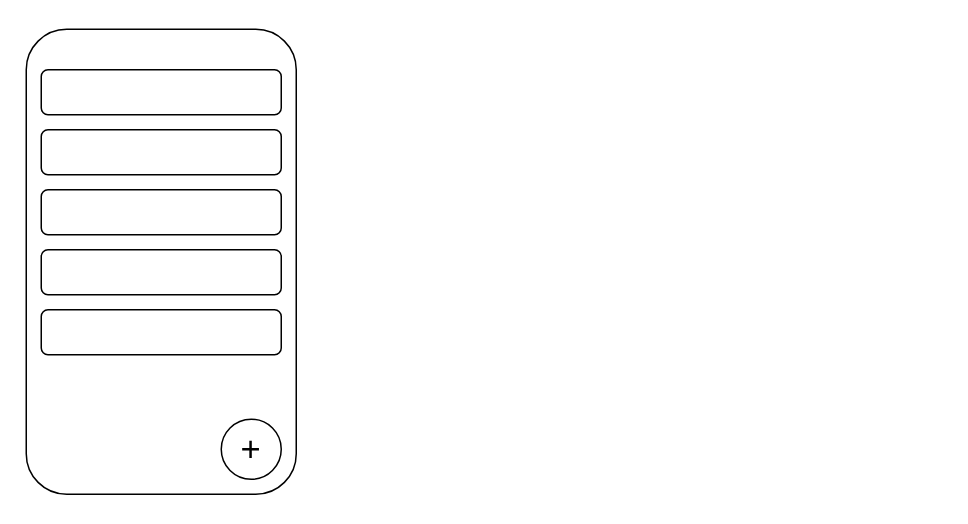
Before: docs/gui.drawio in DavidProf/sowen_notes, a draw.io diagram. Source tidied: cells renumbered, new cells numbered last; positions are measured from the earlier drawing's top-left corner, leaving out a move shared by most shapes. Both pictures are drawn from the tidied source at 150%, with x=0, y=0 at pixel (26, 28). Pictures stored in the file or linked from it are replaced by grey dashed boxes.
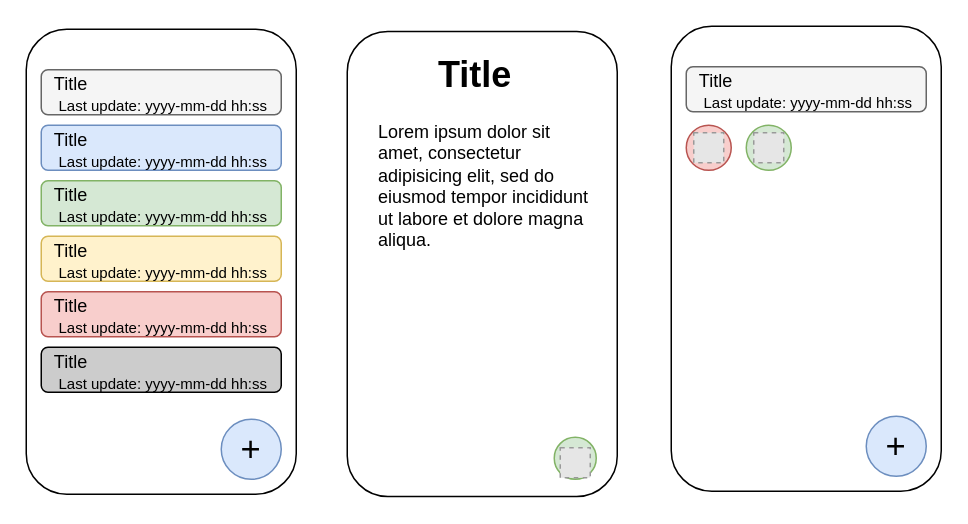
The same diagram, later.

Change to the diagram source:
```diff
@@
-    <mxCell id="3" style="rounded=1;whiteSpace=wrap;html=1;" parent="1" vertex="1">
-      <mxGeometry x="10" y="67" width="160" height="30" as="geometry" />
-    </mxCell>
-    <mxCell id="4" style="rounded=1;whiteSpace=wrap;html=1;" parent="1" vertex="1">
-      <mxGeometry x="10" y="107" width="160" height="30" as="geometry" />
-    </mxCell>
-    <mxCell id="5" style="rounded=1;whiteSpace=wrap;html=1;" parent="1" vertex="1">
-      <mxGeometry x="10" y="147" width="160" height="30" as="geometry" />
-    </mxCell>
-    <mxCell id="6" style="rounded=1;whiteSpace=wrap;html=1;" parent="1" vertex="1">
-      <mxGeometry x="10" y="187" width="160" height="30" as="geometry" />
-    </mxCell>
-    <mxCell id="7" value="&lt;font style=&quot;font-size: 23px&quot;&gt;+&lt;/font&gt;" style="ellipse;whiteSpace=wrap;html=1;" parent="1" vertex="1">
+    <mxCell id="7" value="&lt;font style=&quot;font-size: 23px&quot;&gt;+&lt;/font&gt;" style="ellipse;whiteSpace=wrap;html=1;fillColor=#dae8fc;strokeColor=#6c8ebf;" parent="1" vertex="1">
       <mxGeometry x="130" y="260" width="40" height="40" as="geometry" />
     </mxCell>
-    <mxCell id="8" style="rounded=1;whiteSpace=wrap;html=1;" parent="1" vertex="1">
+    <mxCell id="8" style="rounded=1;whiteSpace=wrap;html=1;fillColor=#f5f5f5;strokeColor=#666666;fontColor=#333333;" parent="1" vertex="1">
       <mxGeometry x="10" y="27" width="160" height="30" as="geometry" />
     </mxCell>
+    <mxCell id="9" value="Title" style="text;html=1;strokeColor=none;fillColor=none;align=center;verticalAlign=middle;whiteSpace=wrap;rounded=0;" parent="1" vertex="1">
+      <mxGeometry x="10" y="27" width="40" height="20" as="geometry" />
+    </mxCell>
+    <mxCell id="10" value="&lt;font style=&quot;font-size: 10px&quot;&gt;Last update: yyyy-mm-dd hh:ss&lt;/font&gt;" style="text;html=1;" parent="1" vertex="1">
+      <mxGeometry x="20" y="37" width="140" height="27" as="geometry" />
+    </mxCell>
+    <mxCell id="11" style="rounded=1;whiteSpace=wrap;html=1;fillColor=#dae8fc;strokeColor=#6c8ebf;" parent="1" vertex="1">
+      <mxGeometry x="10" y="64" width="160" height="30" as="geometry" />
+    </mxCell>
+    <mxCell id="12" value="Title" style="text;html=1;strokeColor=none;fillColor=none;align=center;verticalAlign=middle;whiteSpace=wrap;rounded=0;" parent="1" vertex="1">
+      <mxGeometry x="10" y="64" width="40" height="20" as="geometry" />
+    </mxCell>
+    <mxCell id="13" value="&lt;font style=&quot;font-size: 10px&quot;&gt;Last update: yyyy-mm-dd hh:ss&lt;/font&gt;" style="text;html=1;" parent="1" vertex="1">
+      <mxGeometry x="20" y="74" width="140" height="27" as="geometry" />
+    </mxCell>
+    <mxCell id="14" style="rounded=1;whiteSpace=wrap;html=1;fillColor=#d5e8d4;strokeColor=#82b366;" parent="1" vertex="1">
+      <mxGeometry x="10" y="101" width="160" height="30" as="geometry" />
+    </mxCell>
+    <mxCell id="15" value="Title" style="text;html=1;strokeColor=none;fillColor=none;align=center;verticalAlign=middle;whiteSpace=wrap;rounded=0;" parent="1" vertex="1">
+      <mxGeometry x="10" y="101" width="40" height="20" as="geometry" />
+    </mxCell>
+    <mxCell id="16" value="&lt;font style=&quot;font-size: 10px&quot;&gt;Last update: yyyy-mm-dd hh:ss&lt;/font&gt;" style="text;html=1;" parent="1" vertex="1">
+      <mxGeometry x="20" y="111" width="140" height="27" as="geometry" />
+    </mxCell>
+    <mxCell id="17" style="rounded=1;whiteSpace=wrap;html=1;fillColor=#fff2cc;strokeColor=#d6b656;" parent="1" vertex="1">
+      <mxGeometry x="10" y="138" width="160" height="30" as="geometry" />
+    </mxCell>
+    <mxCell id="18" value="Title" style="text;html=1;strokeColor=none;fillColor=none;align=center;verticalAlign=middle;whiteSpace=wrap;rounded=0;" parent="1" vertex="1">
+      <mxGeometry x="10" y="138" width="40" height="20" as="geometry" />
+    </mxCell>
+    <mxCell id="19" value="&lt;font style=&quot;font-size: 10px&quot;&gt;Last update: yyyy-mm-dd hh:ss&lt;/font&gt;" style="text;html=1;" parent="1" vertex="1">
+      <mxGeometry x="20" y="148" width="140" height="27" as="geometry" />
+    </mxCell>
+    <mxCell id="20" style="rounded=1;whiteSpace=wrap;html=1;fillColor=#f8cecc;strokeColor=#b85450;" parent="1" vertex="1">
+      <mxGeometry x="10" y="175" width="160" height="30" as="geometry" />
+    </mxCell>
+    <mxCell id="21" value="Title" style="text;html=1;strokeColor=none;fillColor=none;align=center;verticalAlign=middle;whiteSpace=wrap;rounded=0;" parent="1" vertex="1">
+      <mxGeometry x="10" y="175" width="40" height="20" as="geometry" />
+    </mxCell>
+    <mxCell id="22" value="&lt;font style=&quot;font-size: 10px&quot;&gt;Last update: yyyy-mm-dd hh:ss&lt;/font&gt;" style="text;html=1;" parent="1" vertex="1">
+      <mxGeometry x="20" y="185" width="140" height="27" as="geometry" />
+    </mxCell>
+    <mxCell id="23" style="rounded=1;whiteSpace=wrap;html=1;fillColor=#CCCCCC;strokeColor=#000000;" parent="1" vertex="1">
+      <mxGeometry x="10" y="212" width="160" height="30" as="geometry" />
+    </mxCell>
+    <mxCell id="24" value="Title" style="text;html=1;strokeColor=none;fillColor=none;align=center;verticalAlign=middle;whiteSpace=wrap;rounded=0;" parent="1" vertex="1">
+      <mxGeometry x="10" y="212" width="40" height="20" as="geometry" />
+    </mxCell>
+    <mxCell id="25" value="&lt;font style=&quot;font-size: 10px&quot;&gt;Last update: yyyy-mm-dd hh:ss&lt;/font&gt;" style="text;html=1;" parent="1" vertex="1">
+      <mxGeometry x="20" y="222" width="140" height="27" as="geometry" />
+    </mxCell>
+    <mxCell id="26" style="rounded=1;whiteSpace=wrap;html=1;" parent="1" vertex="1">
+      <mxGeometry x="214" y="1.5" width="180" height="310" as="geometry" />
+    </mxCell>
+    <mxCell id="27" value="&lt;h1&gt;&amp;nbsp; &amp;nbsp; &amp;nbsp; Title&lt;/h1&gt;&lt;p&gt;Lorem ipsum dolor sit amet, consectetur adipisicing elit, sed do eiusmod tempor incididunt ut labore et dolore magna aliqua.&lt;/p&gt;" style="text;html=1;strokeColor=none;fillColor=none;spacing=5;spacingTop=-20;whiteSpace=wrap;overflow=hidden;rounded=0;" parent="1" vertex="1">
+      <mxGeometry x="230" y="11" width="150" height="279" as="geometry" />
+    </mxCell>
+    <mxCell id="28" style="rounded=1;whiteSpace=wrap;html=1;" parent="1" vertex="1">
+      <mxGeometry x="430" y="-2" width="180" height="310" as="geometry" />
+    </mxCell>
+    <mxCell id="29" value="&lt;font style=&quot;font-size: 23px&quot;&gt;+&lt;/font&gt;" style="ellipse;whiteSpace=wrap;html=1;fillColor=#dae8fc;strokeColor=#6c8ebf;" parent="1" vertex="1">
+      <mxGeometry x="560" y="258" width="40" height="40" as="geometry" />
+    </mxCell>
+    <mxCell id="30" style="rounded=1;whiteSpace=wrap;html=1;fillColor=#f5f5f5;strokeColor=#666666;fontColor=#333333;" parent="1" vertex="1">
+      <mxGeometry x="440" y="25" width="160" height="30" as="geometry" />
+    </mxCell>
+    <mxCell id="31" value="Title" style="text;html=1;strokeColor=none;fillColor=none;align=center;verticalAlign=middle;whiteSpace=wrap;rounded=0;" parent="1" vertex="1">
+      <mxGeometry x="440" y="25" width="40" height="20" as="geometry" />
+    </mxCell>
+    <mxCell id="32" value="&lt;font style=&quot;font-size: 10px&quot;&gt;Last update: yyyy-mm-dd hh:ss&lt;/font&gt;" style="text;html=1;" parent="1" vertex="1">
+      <mxGeometry x="450" y="35" width="140" height="27" as="geometry" />
+    </mxCell>
+    <mxCell id="33" style="ellipse;whiteSpace=wrap;html=1;strokeColor=#82b366;fillColor=#d5e8d4;" parent="1" vertex="1">
+      <mxGeometry x="480" y="64" width="30" height="30" as="geometry" />
+    </mxCell>
+    <mxCell id="34" style="fillColor=#E6E6E6;strokeColor=#999999;dashed=1;html=1;verticalAlign=top;verticalLabelPosition=bottom;labelBackgroundColor=#ffffff;" parent="1" vertex="1">
+      <mxGeometry x="485" y="69" width="20" height="20" as="geometry" />
+    </mxCell>
+    <mxCell id="35" style="ellipse;whiteSpace=wrap;html=1;strokeColor=#b85450;fillColor=#f8cecc;" parent="1" vertex="1">
+      <mxGeometry x="440" y="64" width="30" height="30" as="geometry" />
+    </mxCell>
+    <mxCell id="36" style="fillColor=#E6E6E6;strokeColor=#999999;dashed=1;html=1;verticalAlign=top;verticalLabelPosition=bottom;labelBackgroundColor=#ffffff;" parent="1" vertex="1">
+      <mxGeometry x="445" y="69" width="20" height="20" as="geometry" />
+    </mxCell>
+    <mxCell id="37" style="ellipse;whiteSpace=wrap;html=1;strokeColor=#82b366;fillColor=#d5e8d4;" parent="1" vertex="1">
+      <mxGeometry x="352" y="272" width="28" height="28" as="geometry" />
+    </mxCell>
+    <mxCell id="38" style="fillColor=#E6E6E6;strokeColor=#999999;dashed=1;html=1;verticalAlign=top;verticalLabelPosition=bottom;labelBackgroundColor=#ffffff;" parent="1" vertex="1">
+      <mxGeometry x="356" y="279" width="20" height="20" as="geometry" />
+    </mxCell>
```
